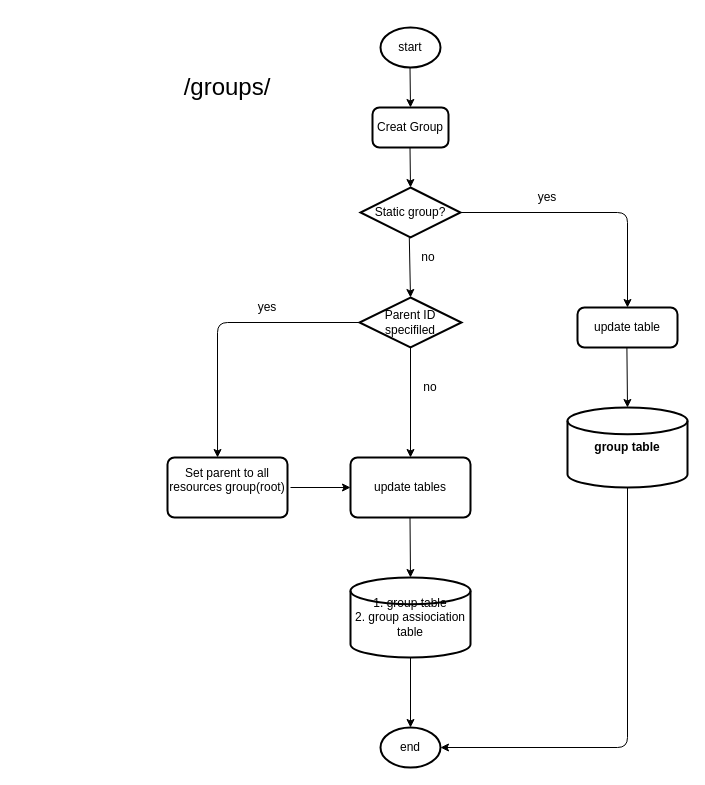
Before: page "createTable" (1 of 3) of GroupingService.drawio in zhangwm1987/mydraw_io, a draw.io diagram. Source tidied: cells renumbered, new cells numbered last; positions are measured from the earlier drawing's top-left corner, leaving out a move shared by most shapes. Both pictures are drawn from the tidied source at 100%, with x=0, y=0 at pixel (137, 27).
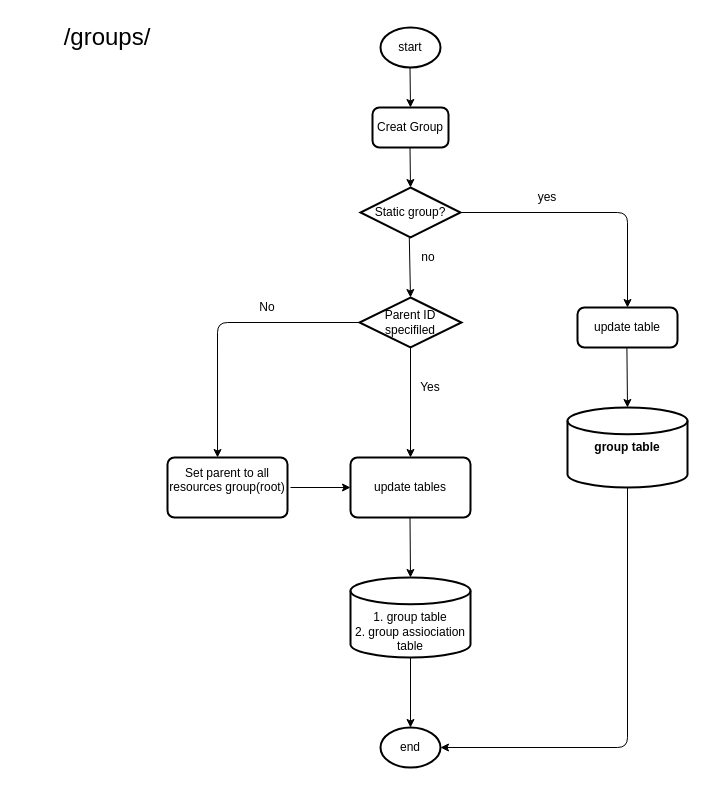
The same diagram, later.

What changed in the source:
```diff
@@
-    <mxCell id="6" value="&lt;div&gt;1. group table&lt;/div&gt;&lt;div&gt;2. group assiociation table&lt;/div&gt;" style="strokeWidth=2;html=1;shape=mxgraph.flowchart.database;whiteSpace=wrap;" parent="1" vertex="1">
+    <mxCell id="6" value="&lt;div&gt;&lt;br&gt;&lt;/div&gt;&lt;div&gt;&lt;br&gt;&lt;/div&gt;&lt;div&gt;1. group table&lt;/div&gt;&lt;div&gt;2. group assiociation table&lt;/div&gt;" style="strokeWidth=2;html=1;shape=mxgraph.flowchart.database;whiteSpace=wrap;" parent="1" vertex="1">
       <mxGeometry x="213" y="550" width="120" height="80" as="geometry" />
     </mxCell>
@@
-    <mxCell id="13" value="yes" style="text;html=1;strokeColor=none;fillColor=none;align=center;verticalAlign=middle;whiteSpace=wrap;rounded=0;" parent="1" vertex="1">
+    <mxCell id="13" value="No" style="text;html=1;strokeColor=none;fillColor=none;align=center;verticalAlign=middle;whiteSpace=wrap;rounded=0;" parent="1" vertex="1">
       <mxGeometry x="110" y="270" width="40" height="20" as="geometry" />
     </mxCell>
-    <mxCell id="14" value="no" style="text;html=1;strokeColor=none;fillColor=none;align=center;verticalAlign=middle;whiteSpace=wrap;rounded=0;" parent="1" vertex="1">
+    <mxCell id="14" value="Yes" style="text;html=1;strokeColor=none;fillColor=none;align=center;verticalAlign=middle;whiteSpace=wrap;rounded=0;" parent="1" vertex="1">
       <mxGeometry x="273" y="350" width="40" height="20" as="geometry" />
     </mxCell>
@@
-    <mxCell id="28" value="&lt;font style=&quot;font-size: 24px&quot;&gt;/groups/&lt;/font&gt;" style="text;html=1;strokeColor=none;fillColor=none;align=center;verticalAlign=middle;whiteSpace=wrap;rounded=0;" parent="1" vertex="1">
-      <mxGeometry y="40" width="180" height="40" as="geometry" />
+    <mxCell id="28" value="&lt;div&gt;&lt;font style=&quot;font-size: 24px&quot;&gt;/groups/&lt;/font&gt;&lt;/div&gt;" style="text;html=1;strokeColor=none;fillColor=none;align=center;verticalAlign=middle;whiteSpace=wrap;rounded=0;" parent="1" vertex="1">
+      <mxGeometry x="-120" y="-10" width="180" height="40" as="geometry" />
     </mxCell>
```
